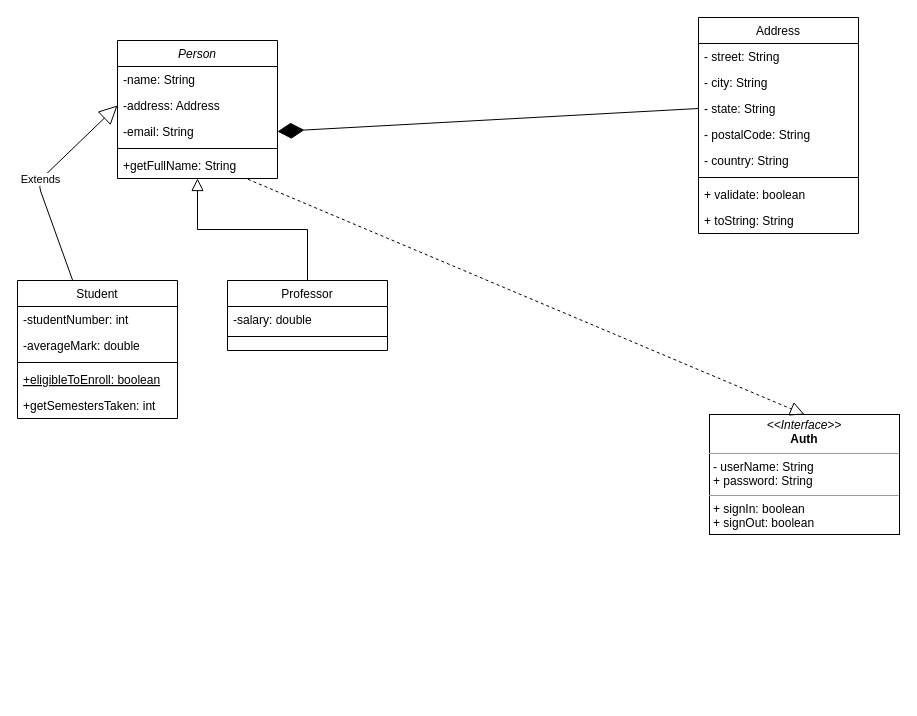
Before: examples/simple_class_diagram.drawio in JanitSri/JavaCodeGenerator, a draw.io diagram. Source tidied: cells renumbered, new cells numbered last; positions are measured from the earlier drawing's top-left corner, leaving out a move shared by most shapes. Both pictures are drawn from the tidied source at 100%, with x=0, y=0 at pixel (17, 17).
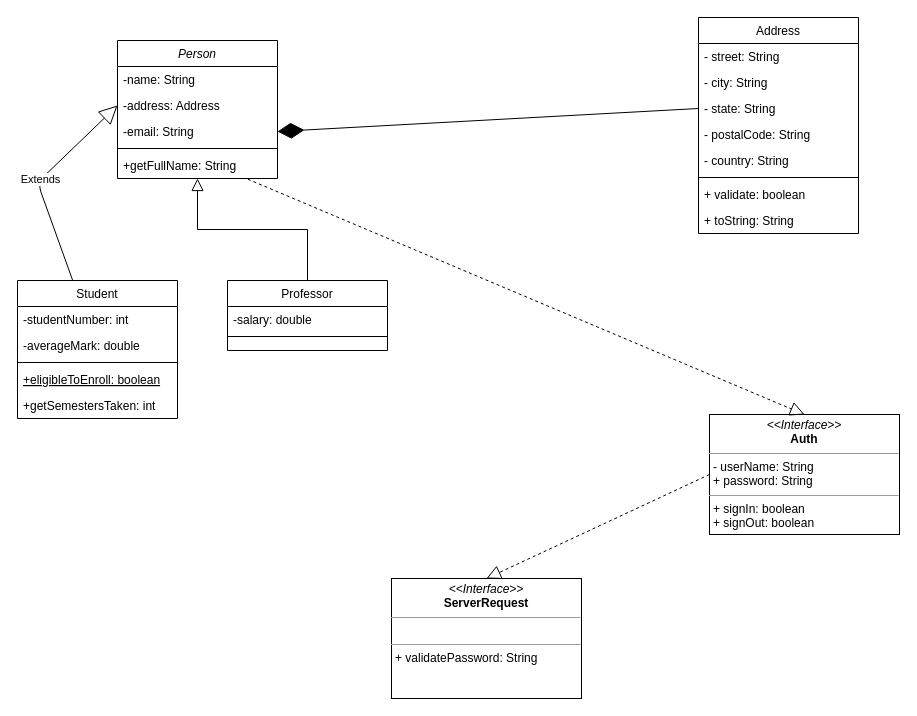
The same page after the edit.

The change refers to these unchanged cells:
```xml
<mxCell id="28" value="&lt;p style=&quot;margin: 0px ; margin-top: 4px ; text-align: center&quot;&gt;&lt;i&gt;&amp;lt;&amp;lt;Interface&amp;gt;&amp;gt;&lt;/i&gt;&lt;br&gt;&lt;b&gt;Auth&lt;/b&gt;&lt;/p&gt;&lt;hr size=&quot;1&quot;&gt;&lt;p style=&quot;margin: 0px ; margin-left: 4px&quot;&gt;- userName: String&lt;/p&gt;&lt;p style=&quot;margin: 0px ; margin-left: 4px&quot;&gt;+ password: String&lt;/p&gt;&lt;hr size=&quot;1&quot;&gt;&lt;p style=&quot;margin: 0px ; margin-left: 4px&quot;&gt;+ signIn: boolean&lt;br&gt;+ signOut: boolean&lt;/p&gt;" style="verticalAlign=top;align=left;overflow=fill;fontSize=12;fontFamily=Helvetica;html=1;" parent="1" vertex="1">
  <mxGeometry x="692" y="397" width="190" height="120" as="geometry" />
</mxCell>
```

What changed in the source:
```diff
@@
+    <mxCell id="31" value="&lt;p style=&quot;margin: 0px ; margin-top: 4px ; text-align: center&quot;&gt;&lt;i&gt;&amp;lt;&amp;lt;Interface&amp;gt;&amp;gt;&lt;/i&gt;&lt;br&gt;&lt;b&gt;ServerRequest&lt;/b&gt;&lt;/p&gt;&lt;hr size=&quot;1&quot;&gt;&lt;p style=&quot;margin: 0px ; margin-left: 4px&quot;&gt;&lt;br&gt;&lt;/p&gt;&lt;hr size=&quot;1&quot;&gt;&lt;p style=&quot;margin: 0px ; margin-left: 4px&quot;&gt;+ validatePassword: String&lt;br&gt;&lt;/p&gt;" style="verticalAlign=top;align=left;overflow=fill;fontSize=12;fontFamily=Helvetica;html=1;" parent="1" vertex="1">
+      <mxGeometry x="374" y="561" width="190" height="120" as="geometry" />
+    </mxCell>
+    <mxCell id="32" style="endArrow=block;dashed=1;endFill=0;endSize=12;html=1;entryX=0.5;entryY=0;entryDx=0;entryDy=0;exitX=0;exitY=0.5;exitDx=0;exitDy=0;" parent="1" edge="1" source="28" target="31">
+      <mxGeometry relative="1" as="geometry" />
+    </mxCell>
```
